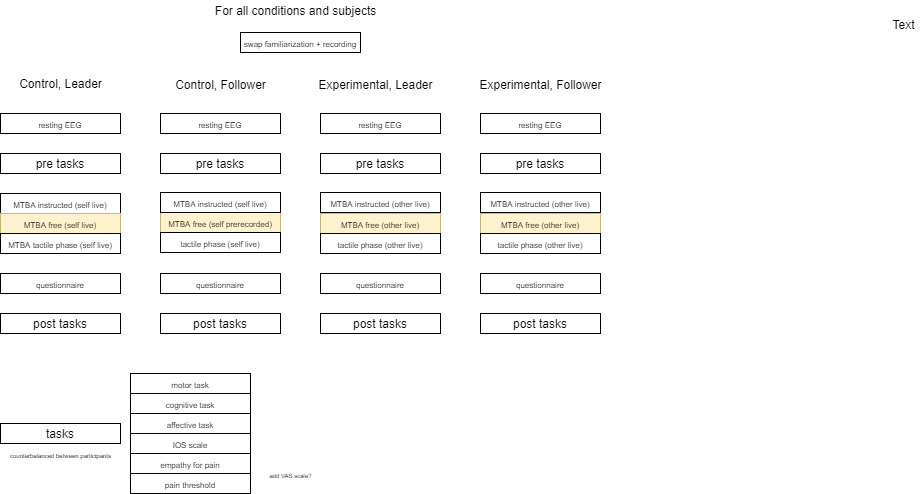
The draw.io diagram Docs/Experiment Structure.png in BeAnotherLab/The-Machine-to-be-Another-Unity, before a commit. Source tidied: cells renumbered, new cells last; positions are measured from the earlier drawing's top-left corner, leaving out a move shared by most shapes.
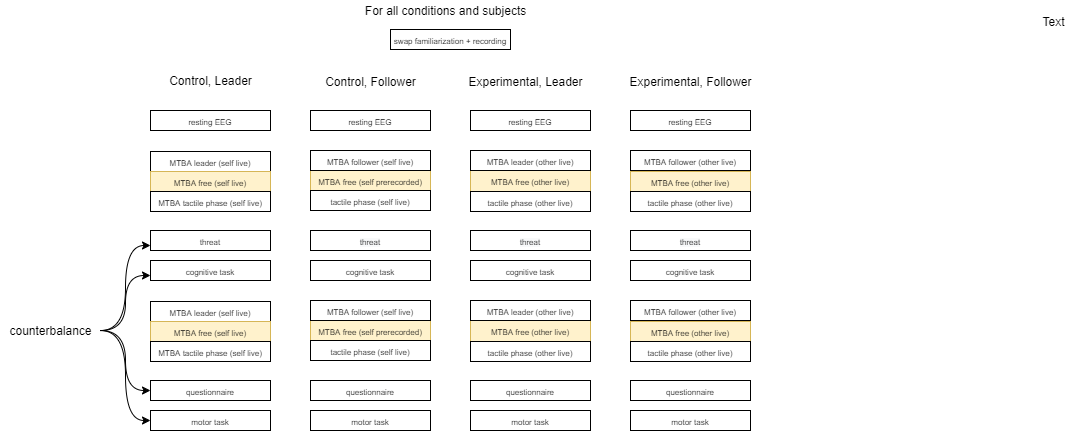
Above is the later version.

Commit message:
update experiment structure

What changed in the source:
```diff
@@ -2,17 +2,17 @@
   <root>
     <mxCell id="0" />
     <mxCell id="1" parent="0" />
-    <mxCell id="2" value="&lt;font style=&quot;font-size: 8px&quot;&gt;&lt;font style=&quot;font-size: 8px&quot;&gt;MTBA instructed (self live)&lt;/font&gt;&lt;/font&gt;" style="rounded=0;whiteSpace=wrap;html=1;align=center;" parent="1" vertex="1">
-      <mxGeometry y="193" width="120" height="20" as="geometry" />
+    <mxCell id="2" value="&lt;font style=&quot;font-size: 8px&quot;&gt;&lt;font style=&quot;font-size: 8px&quot;&gt;MTBA leader (self live)&lt;/font&gt;&lt;/font&gt;" style="rounded=0;whiteSpace=wrap;html=1;align=center;" parent="1" vertex="1">
+      <mxGeometry y="154" width="120" height="20" as="geometry" />
     </mxCell>
     <mxCell id="3" value="Text" style="text;html=1;align=center;verticalAlign=middle;" parent="1" vertex="1">
       <mxGeometry x="883" y="14" width="40" height="20" as="geometry" />
     </mxCell>
     <mxCell id="4" value="&lt;font style=&quot;font-size: 8px&quot;&gt;&lt;font style=&quot;font-size: 8px&quot;&gt;MTBA free (self live)&lt;/font&gt;&lt;/font&gt;" style="rounded=0;whiteSpace=wrap;html=1;align=center;fillColor=#fff2cc;strokeColor=#d6b656;" parent="1" vertex="1">
-      <mxGeometry y="213" width="120" height="20" as="geometry" />
+      <mxGeometry y="174" width="120" height="20" as="geometry" />
     </mxCell>
     <mxCell id="5" value="&lt;span style=&quot;font-size: 8px&quot;&gt;MTBA tactile phase (self live)&lt;/span&gt;" style="rounded=0;whiteSpace=wrap;html=1;align=center;" parent="1" vertex="1">
-      <mxGeometry y="233" width="120" height="20" as="geometry" />
+      <mxGeometry y="194" width="120" height="20" as="geometry" />
     </mxCell>
     <mxCell id="6" value="&lt;span style=&quot;font-size: 8px&quot;&gt;resting EEG&lt;/span&gt;" style="rounded=0;whiteSpace=wrap;html=1;align=center;" parent="1" vertex="1">
       <mxGeometry y="113" width="120" height="20" as="geometry" />
@@ -21,22 +21,22 @@
       <mxGeometry x="10" y="73" width="100" height="20" as="geometry" />
     </mxCell>
     <mxCell id="8" value="&lt;font style=&quot;font-size: 8px&quot;&gt;&lt;font style=&quot;font-size: 8px&quot;&gt;MTBA free (self prerecorded&lt;/font&gt;)&lt;/font&gt;" style="rounded=0;whiteSpace=wrap;html=1;align=center;fillColor=#fff2cc;strokeColor=#d6b656;" parent="1" vertex="1">
-      <mxGeometry x="160" y="212" width="120" height="20" as="geometry" />
+      <mxGeometry x="160" y="173" width="120" height="20" as="geometry" />
     </mxCell>
     <mxCell id="9" value="&lt;span style=&quot;font-size: 8px&quot;&gt;tactile phase (self live)&lt;/span&gt;" style="rounded=0;whiteSpace=wrap;html=1;align=center;" parent="1" vertex="1">
-      <mxGeometry x="160" y="232" width="120" height="20" as="geometry" />
+      <mxGeometry x="160" y="193" width="120" height="20" as="geometry" />
     </mxCell>
     <mxCell id="10" value="&lt;font style=&quot;font-size: 8px&quot;&gt;&lt;font style=&quot;font-size: 8px&quot;&gt;MTBA free (other live&lt;/font&gt;)&lt;/font&gt;" style="rounded=0;whiteSpace=wrap;html=1;align=center;fillColor=#fff2cc;strokeColor=#d6b656;" parent="1" vertex="1">
-      <mxGeometry x="320" y="213" width="120" height="20" as="geometry" />
+      <mxGeometry x="320" y="173" width="120" height="21" as="geometry" />
     </mxCell>
     <mxCell id="11" value="&lt;span style=&quot;font-size: 8px&quot;&gt;tactile phase (other live)&lt;/span&gt;" style="rounded=0;whiteSpace=wrap;html=1;align=center;" parent="1" vertex="1">
-      <mxGeometry x="320" y="233" width="120" height="20" as="geometry" />
+      <mxGeometry x="320" y="194" width="120" height="20" as="geometry" />
     </mxCell>
     <mxCell id="12" value="&lt;font style=&quot;font-size: 8px&quot;&gt;&lt;font style=&quot;font-size: 8px&quot;&gt;MTBA free (other live&lt;/font&gt;)&lt;/font&gt;" style="rounded=0;whiteSpace=wrap;html=1;align=center;fillColor=#fff2cc;strokeColor=#d6b656;" parent="1" vertex="1">
-      <mxGeometry x="480" y="213" width="120" height="20" as="geometry" />
+      <mxGeometry x="480" y="174" width="120" height="20" as="geometry" />
     </mxCell>
     <mxCell id="13" value="&lt;span style=&quot;font-size: 8px&quot;&gt;tactile phase (other live)&lt;/span&gt;" style="rounded=0;whiteSpace=wrap;html=1;align=center;" parent="1" vertex="1">
-      <mxGeometry x="480" y="233" width="120" height="20" as="geometry" />
+      <mxGeometry x="480" y="194" width="120" height="20" as="geometry" />
     </mxCell>
     <mxCell id="14" value="Control, Follower" style="text;html=1;align=center;verticalAlign=middle;" parent="1" vertex="1">
       <mxGeometry x="165" y="74" width="110" height="20" as="geometry" />
@@ -47,59 +47,17 @@
     <mxCell id="16" value="Experimental, Follower" style="text;html=1;align=center;verticalAlign=middle;" parent="1" vertex="1">
       <mxGeometry x="470" y="74" width="140" height="20" as="geometry" />
     </mxCell>
-    <mxCell id="17" value="post tasks" style="rounded=0;whiteSpace=wrap;html=1;" parent="1" vertex="1">
-      <mxGeometry x="160" y="313" width="120" height="20" as="geometry" />
-    </mxCell>
-    <mxCell id="18" value="&lt;span style=&quot;font-size: 8px&quot;&gt;affective task&lt;/span&gt;" style="rounded=0;whiteSpace=wrap;html=1;align=center;" parent="1" vertex="1">
-      <mxGeometry x="130" y="413" width="120" height="20" as="geometry" />
-    </mxCell>
     <mxCell id="19" value="&lt;span style=&quot;font-size: 8px&quot;&gt;motor task&lt;/span&gt;" style="rounded=0;whiteSpace=wrap;html=1;align=center;" parent="1" vertex="1">
-      <mxGeometry x="130" y="373" width="120" height="20" as="geometry" />
+      <mxGeometry y="413" width="120" height="20" as="geometry" />
     </mxCell>
-    <mxCell id="20" value="&lt;span style=&quot;font-size: 8px&quot;&gt;cognitive task&lt;/span&gt;" style="rounded=0;whiteSpace=wrap;html=1;align=center;" parent="1" vertex="1">
-      <mxGeometry x="130" y="393" width="120" height="20" as="geometry" />
-    </mxCell>
-    <mxCell id="21" value="&lt;span style=&quot;font-size: 8px&quot;&gt;IOS scale&lt;/span&gt;" style="rounded=0;whiteSpace=wrap;html=1;align=center;" parent="1" vertex="1">
-      <mxGeometry x="130" y="433" width="120" height="20" as="geometry" />
-    </mxCell>
-    <mxCell id="22" value="&lt;span style=&quot;font-size: 8px&quot;&gt;empathy for pain&lt;/span&gt;" style="rounded=0;whiteSpace=wrap;html=1;align=center;" parent="1" vertex="1">
-      <mxGeometry x="130" y="453" width="120" height="20" as="geometry" />
-    </mxCell>
-    <mxCell id="23" value="&lt;span style=&quot;font-size: 8px&quot;&gt;pain threshold&lt;/span&gt;" style="rounded=0;whiteSpace=wrap;html=1;align=center;" parent="1" vertex="1">
-      <mxGeometry x="130" y="473" width="120" height="20" as="geometry" />
-    </mxCell>
-    <mxCell id="24" value="tasks" style="rounded=0;whiteSpace=wrap;html=1;" parent="1" vertex="1">
-      <mxGeometry y="423" width="120" height="20" as="geometry" />
-    </mxCell>
-    <mxCell id="25" value="pre tasks" style="rounded=0;whiteSpace=wrap;html=1;" parent="1" vertex="1">
-      <mxGeometry x="480" y="153" width="120" height="20" as="geometry" />
-    </mxCell>
-    <mxCell id="26" value="pre tasks" style="rounded=0;whiteSpace=wrap;html=1;" parent="1" vertex="1">
-      <mxGeometry y="153" width="120" height="20" as="geometry" />
-    </mxCell>
-    <mxCell id="27" value="pre tasks" style="rounded=0;whiteSpace=wrap;html=1;" parent="1" vertex="1">
-      <mxGeometry x="160" y="153" width="120" height="20" as="geometry" />
-    </mxCell>
-    <mxCell id="28" value="pre tasks" style="rounded=0;whiteSpace=wrap;html=1;" parent="1" vertex="1">
-      <mxGeometry x="320" y="153" width="120" height="20" as="geometry" />
-    </mxCell>
-    <mxCell id="29" value="post tasks" style="rounded=0;whiteSpace=wrap;html=1;" parent="1" vertex="1">
-      <mxGeometry y="313" width="120" height="20" as="geometry" />
-    </mxCell>
-    <mxCell id="30" value="post tasks" style="rounded=0;whiteSpace=wrap;html=1;" parent="1" vertex="1">
-      <mxGeometry x="480" y="313" width="120" height="20" as="geometry" />
-    </mxCell>
-    <mxCell id="31" value="post tasks" style="rounded=0;whiteSpace=wrap;html=1;" parent="1" vertex="1">
-      <mxGeometry x="320" y="313" width="120" height="20" as="geometry" />
-    </mxCell>
-    <mxCell id="32" value="&lt;font style=&quot;font-size: 8px&quot;&gt;&lt;font style=&quot;font-size: 8px&quot;&gt;MTBA instructed (self live)&lt;/font&gt;&lt;/font&gt;" style="rounded=0;whiteSpace=wrap;html=1;align=center;" parent="1" vertex="1">
-      <mxGeometry x="160" y="192" width="120" height="20" as="geometry" />
+    <mxCell id="32" value="&lt;font style=&quot;font-size: 8px&quot;&gt;&lt;font style=&quot;font-size: 8px&quot;&gt;MTBA follower (self live)&lt;/font&gt;&lt;/font&gt;" style="rounded=0;whiteSpace=wrap;html=1;align=center;" parent="1" vertex="1">
+      <mxGeometry x="160" y="153" width="120" height="20" as="geometry" />
     </mxCell>
-    <mxCell id="33" value="&lt;font style=&quot;font-size: 8px&quot;&gt;&lt;font style=&quot;font-size: 8px&quot;&gt;MTBA instructed (other live)&lt;/font&gt;&lt;/font&gt;" style="rounded=0;whiteSpace=wrap;html=1;align=center;" parent="1" vertex="1">
-      <mxGeometry x="320" y="192" width="120" height="20" as="geometry" />
+    <mxCell id="33" value="&lt;font style=&quot;font-size: 8px&quot;&gt;&lt;font style=&quot;font-size: 8px&quot;&gt;MTBA leader (other live)&lt;/font&gt;&lt;/font&gt;" style="rounded=0;whiteSpace=wrap;html=1;align=center;" parent="1" vertex="1">
+      <mxGeometry x="320" y="153" width="120" height="20" as="geometry" />
     </mxCell>
-    <mxCell id="34" value="&lt;font style=&quot;font-size: 8px&quot;&gt;&lt;font style=&quot;font-size: 8px&quot;&gt;MTBA instructed (other live)&lt;/font&gt;&lt;/font&gt;" style="rounded=0;whiteSpace=wrap;html=1;align=center;" parent="1" vertex="1">
-      <mxGeometry x="480" y="192" width="120" height="20" as="geometry" />
+    <mxCell id="34" value="&lt;font style=&quot;font-size: 8px&quot;&gt;&lt;font style=&quot;font-size: 8px&quot;&gt;MTBA follower (other live)&lt;/font&gt;&lt;/font&gt;" style="rounded=0;whiteSpace=wrap;html=1;align=center;" parent="1" vertex="1">
+      <mxGeometry x="480" y="153" width="120" height="20" as="geometry" />
     </mxCell>
     <mxCell id="35" value="&lt;span style=&quot;font-size: 8px&quot;&gt;resting EEG&lt;/span&gt;" style="rounded=0;whiteSpace=wrap;html=1;align=center;" parent="1" vertex="1">
       <mxGeometry x="160" y="113" width="120" height="20" as="geometry" />
@@ -111,28 +69,106 @@
       <mxGeometry x="480" y="113" width="120" height="20" as="geometry" />
     </mxCell>
     <mxCell id="38" value="&lt;span style=&quot;font-size: 8px&quot;&gt;questionnaire&lt;/span&gt;" style="rounded=0;whiteSpace=wrap;html=1;align=center;" parent="1" vertex="1">
-      <mxGeometry y="273" width="120" height="20" as="geometry" />
+      <mxGeometry y="383" width="120" height="20" as="geometry" />
     </mxCell>
     <mxCell id="39" value="&lt;span style=&quot;font-size: 8px&quot;&gt;questionnaire&lt;/span&gt;" style="rounded=0;whiteSpace=wrap;html=1;align=center;" parent="1" vertex="1">
-      <mxGeometry x="160" y="273" width="120" height="20" as="geometry" />
+      <mxGeometry x="160" y="383" width="120" height="20" as="geometry" />
     </mxCell>
     <mxCell id="40" value="&lt;span style=&quot;font-size: 8px&quot;&gt;questionnaire&lt;/span&gt;" style="rounded=0;whiteSpace=wrap;html=1;align=center;" parent="1" vertex="1">
-      <mxGeometry x="320" y="273" width="120" height="20" as="geometry" />
+      <mxGeometry x="320" y="383" width="120" height="20" as="geometry" />
     </mxCell>
     <mxCell id="41" value="&lt;span style=&quot;font-size: 8px&quot;&gt;questionnaire&lt;/span&gt;" style="rounded=0;whiteSpace=wrap;html=1;align=center;" parent="1" vertex="1">
-      <mxGeometry x="480" y="273" width="120" height="20" as="geometry" />
+      <mxGeometry x="480" y="383" width="120" height="20" as="geometry" />
     </mxCell>
-    <mxCell id="42" value="&lt;font style=&quot;font-size: 6px&quot;&gt;&lt;font style=&quot;font-size: 6px&quot;&gt;counterbalanced between participant&lt;/font&gt;s&lt;/font&gt;" style="text;html=1;align=center;verticalAlign=middle;" parent="1" vertex="1">
-      <mxGeometry y="443" width="120" height="20" as="geometry" />
-    </mxCell>
-    <mxCell id="43" value="&lt;font style=&quot;font-size: 6px&quot;&gt;add VAS scale?&lt;/font&gt;" style="text;html=1;align=center;verticalAlign=middle;" parent="1" vertex="1">
-      <mxGeometry x="260" y="463" width="60" height="20" as="geometry" />
-    </mxCell>
     <mxCell id="44" value="&lt;span style=&quot;font-size: 8px&quot;&gt;swap familiarization + recording&lt;/span&gt;" style="rounded=0;whiteSpace=wrap;html=1;align=center;" parent="1" vertex="1">
       <mxGeometry x="240" y="32" width="120" height="20" as="geometry" />
     </mxCell>
     <mxCell id="45" value="For all conditions and subjects" style="text;html=1;align=center;verticalAlign=middle;" parent="1" vertex="1">
-      <mxGeometry x="205" width="180" height="20" as="geometry" />
+      <mxGeometry x="205" y="3" width="180" height="20" as="geometry" />
     </mxCell>
+    <mxCell id="46" value="&lt;span style=&quot;font-size: 8px&quot;&gt;threat&lt;/span&gt;" style="rounded=0;whiteSpace=wrap;html=1;" parent="1" vertex="1">
+      <mxGeometry y="233" width="120" height="20" as="geometry" />
+    </mxCell>
+    <mxCell id="47" value="&lt;span style=&quot;font-size: 8px&quot;&gt;cognitive task&lt;/span&gt;" style="rounded=0;whiteSpace=wrap;html=1;align=center;" parent="1" vertex="1">
+      <mxGeometry y="263" width="120" height="20" as="geometry" />
+    </mxCell>
+    <mxCell id="48" value="&lt;font style=&quot;font-size: 8px&quot;&gt;&lt;font style=&quot;font-size: 8px&quot;&gt;MTBA leader (self live)&lt;/font&gt;&lt;/font&gt;" style="rounded=0;whiteSpace=wrap;html=1;align=center;" parent="1" vertex="1">
+      <mxGeometry y="304" width="120" height="20" as="geometry" />
+    </mxCell>
+    <mxCell id="49" value="&lt;font style=&quot;font-size: 8px&quot;&gt;&lt;font style=&quot;font-size: 8px&quot;&gt;MTBA free (self live)&lt;/font&gt;&lt;/font&gt;" style="rounded=0;whiteSpace=wrap;html=1;align=center;fillColor=#fff2cc;strokeColor=#d6b656;" parent="1" vertex="1">
+      <mxGeometry y="324" width="120" height="20" as="geometry" />
+    </mxCell>
+    <mxCell id="50" value="&lt;span style=&quot;font-size: 8px&quot;&gt;MTBA tactile phase (self live)&lt;/span&gt;" style="rounded=0;whiteSpace=wrap;html=1;align=center;" parent="1" vertex="1">
+      <mxGeometry y="344" width="120" height="20" as="geometry" />
+    </mxCell>
+    <mxCell id="51" value="&lt;font style=&quot;font-size: 8px&quot;&gt;&lt;font style=&quot;font-size: 8px&quot;&gt;MTBA free (self prerecorded&lt;/font&gt;)&lt;/font&gt;" style="rounded=0;whiteSpace=wrap;html=1;align=center;fillColor=#fff2cc;strokeColor=#d6b656;" parent="1" vertex="1">
+      <mxGeometry x="160" y="323" width="120" height="20" as="geometry" />
+    </mxCell>
+    <mxCell id="52" value="&lt;span style=&quot;font-size: 8px&quot;&gt;tactile phase (self live)&lt;/span&gt;" style="rounded=0;whiteSpace=wrap;html=1;align=center;" parent="1" vertex="1">
+      <mxGeometry x="160" y="343" width="120" height="20" as="geometry" />
+    </mxCell>
+    <mxCell id="53" value="&lt;font style=&quot;font-size: 8px&quot;&gt;&lt;font style=&quot;font-size: 8px&quot;&gt;MTBA free (other live&lt;/font&gt;)&lt;/font&gt;" style="rounded=0;whiteSpace=wrap;html=1;align=center;fillColor=#fff2cc;strokeColor=#d6b656;" parent="1" vertex="1">
+      <mxGeometry x="320" y="323" width="120" height="21" as="geometry" />
+    </mxCell>
+    <mxCell id="54" value="&lt;span style=&quot;font-size: 8px&quot;&gt;tactile phase (other live)&lt;/span&gt;" style="rounded=0;whiteSpace=wrap;html=1;align=center;" parent="1" vertex="1">
+      <mxGeometry x="320" y="344" width="120" height="20" as="geometry" />
+    </mxCell>
+    <mxCell id="55" value="&lt;font style=&quot;font-size: 8px&quot;&gt;&lt;font style=&quot;font-size: 8px&quot;&gt;MTBA free (other live&lt;/font&gt;)&lt;/font&gt;" style="rounded=0;whiteSpace=wrap;html=1;align=center;fillColor=#fff2cc;strokeColor=#d6b656;" parent="1" vertex="1">
+      <mxGeometry x="480" y="324" width="120" height="20" as="geometry" />
+    </mxCell>
+    <mxCell id="56" value="&lt;span style=&quot;font-size: 8px&quot;&gt;tactile phase (other live)&lt;/span&gt;" style="rounded=0;whiteSpace=wrap;html=1;align=center;" parent="1" vertex="1">
+      <mxGeometry x="480" y="344" width="120" height="20" as="geometry" />
+    </mxCell>
+    <mxCell id="57" value="&lt;font style=&quot;font-size: 8px&quot;&gt;&lt;font style=&quot;font-size: 8px&quot;&gt;MTBA follower (self live)&lt;/font&gt;&lt;/font&gt;" style="rounded=0;whiteSpace=wrap;html=1;align=center;" parent="1" vertex="1">
+      <mxGeometry x="160" y="303" width="120" height="20" as="geometry" />
+    </mxCell>
+    <mxCell id="58" value="&lt;font style=&quot;font-size: 8px&quot;&gt;&lt;font style=&quot;font-size: 8px&quot;&gt;MTBA leader (other live)&lt;/font&gt;&lt;/font&gt;" style="rounded=0;whiteSpace=wrap;html=1;align=center;" parent="1" vertex="1">
+      <mxGeometry x="320" y="303" width="120" height="20" as="geometry" />
+    </mxCell>
+    <mxCell id="59" value="&lt;font style=&quot;font-size: 8px&quot;&gt;&lt;font style=&quot;font-size: 8px&quot;&gt;MTBA follower (other live)&lt;/font&gt;&lt;/font&gt;" style="rounded=0;whiteSpace=wrap;html=1;align=center;" parent="1" vertex="1">
+      <mxGeometry x="480" y="303" width="120" height="20" as="geometry" />
+    </mxCell>
+    <mxCell id="60" value="&#10;&#10;&lt;span style=&quot;color: rgb(0, 0, 0); font-family: helvetica; font-size: 8px; font-style: normal; font-weight: 400; letter-spacing: normal; text-align: center; text-indent: 0px; text-transform: none; word-spacing: 0px; background-color: rgb(248, 249, 250); display: inline; float: none;&quot;&gt;threat&lt;/span&gt;&#10;&#10;" style="rounded=0;whiteSpace=wrap;html=1;" parent="1" vertex="1">
+      <mxGeometry x="160" y="233" width="120" height="20" as="geometry" />
+    </mxCell>
+    <mxCell id="61" value="&lt;span style=&quot;font-size: 8px&quot;&gt;cognitive task&lt;/span&gt;" style="rounded=0;whiteSpace=wrap;html=1;align=center;" parent="1" vertex="1">
+      <mxGeometry x="160" y="263" width="120" height="20" as="geometry" />
+    </mxCell>
+    <mxCell id="62" value="&#10;&#10;&lt;span style=&quot;color: rgb(0, 0, 0); font-family: helvetica; font-size: 8px; font-style: normal; font-weight: 400; letter-spacing: normal; text-align: center; text-indent: 0px; text-transform: none; word-spacing: 0px; background-color: rgb(248, 249, 250); display: inline; float: none;&quot;&gt;threat&lt;/span&gt;&#10;&#10;" style="rounded=0;whiteSpace=wrap;html=1;" parent="1" vertex="1">
+      <mxGeometry x="320" y="233" width="120" height="20" as="geometry" />
+    </mxCell>
+    <mxCell id="63" value="&lt;span style=&quot;font-size: 8px&quot;&gt;cognitive task&lt;/span&gt;" style="rounded=0;whiteSpace=wrap;html=1;align=center;" parent="1" vertex="1">
+      <mxGeometry x="320" y="263" width="120" height="20" as="geometry" />
+    </mxCell>
+    <mxCell id="64" value="&#10;&#10;&lt;span style=&quot;color: rgb(0, 0, 0); font-family: helvetica; font-size: 8px; font-style: normal; font-weight: 400; letter-spacing: normal; text-align: center; text-indent: 0px; text-transform: none; word-spacing: 0px; background-color: rgb(248, 249, 250); display: inline; float: none;&quot;&gt;threat&lt;/span&gt;&#10;&#10;" style="rounded=0;whiteSpace=wrap;html=1;" parent="1" vertex="1">
+      <mxGeometry x="480" y="233" width="120" height="20" as="geometry" />
+    </mxCell>
+    <mxCell id="65" value="&lt;span style=&quot;font-size: 8px&quot;&gt;cognitive task&lt;/span&gt;" style="rounded=0;whiteSpace=wrap;html=1;align=center;" parent="1" vertex="1">
+      <mxGeometry x="480" y="263" width="120" height="20" as="geometry" />
+    </mxCell>
+    <mxCell id="66" value="&lt;span style=&quot;font-size: 8px&quot;&gt;motor task&lt;/span&gt;" style="rounded=0;whiteSpace=wrap;html=1;align=center;" parent="1" vertex="1">
+      <mxGeometry x="160" y="413" width="120" height="20" as="geometry" />
+    </mxCell>
+    <mxCell id="67" value="&lt;span style=&quot;font-size: 8px&quot;&gt;motor task&lt;/span&gt;" style="rounded=0;whiteSpace=wrap;html=1;align=center;" parent="1" vertex="1">
+      <mxGeometry x="320" y="413" width="120" height="20" as="geometry" />
+    </mxCell>
+    <mxCell id="68" value="&lt;span style=&quot;font-size: 8px&quot;&gt;motor task&lt;/span&gt;" style="rounded=0;whiteSpace=wrap;html=1;align=center;" parent="1" vertex="1">
+      <mxGeometry x="480" y="413" width="120" height="20" as="geometry" />
+    </mxCell>
+    <mxCell id="69" style="edgeStyle=orthogonalEdgeStyle;rounded=0;jettySize=auto;html=1;entryX=0;entryY=0.75;entryDx=0;entryDy=0;curved=1;" parent="1" edge="1" source="73" target="46">
+      <mxGeometry relative="1" as="geometry" />
+    </mxCell>
+    <mxCell id="70" style="edgeStyle=orthogonalEdgeStyle;rounded=0;jettySize=auto;html=1;entryX=0;entryY=0.75;entryDx=0;entryDy=0;curved=1;" parent="1" edge="1" source="73" target="47">
+      <mxGeometry relative="1" as="geometry" />
+    </mxCell>
+    <mxCell id="71" style="edgeStyle=orthogonalEdgeStyle;rounded=0;jettySize=auto;html=1;entryX=0;entryY=0.5;entryDx=0;entryDy=0;curved=1;" parent="1" edge="1" source="73" target="38">
+      <mxGeometry relative="1" as="geometry" />
+    </mxCell>
+    <mxCell id="72" style="edgeStyle=orthogonalEdgeStyle;rounded=0;jettySize=auto;html=1;entryX=0;entryY=0.5;entryDx=0;entryDy=0;curved=1;" parent="1" edge="1" source="73" target="19">
+      <mxGeometry relative="1" as="geometry" />
+    </mxCell>
+    <mxCell id="73" value="counterbalance" style="text;html=1;align=center;verticalAlign=middle;points=[];" parent="1" vertex="1">
+      <mxGeometry x="-150" y="323" width="100" height="20" as="geometry" />
+    </mxCell>
   </root>
 </mxGraphModel>
```
